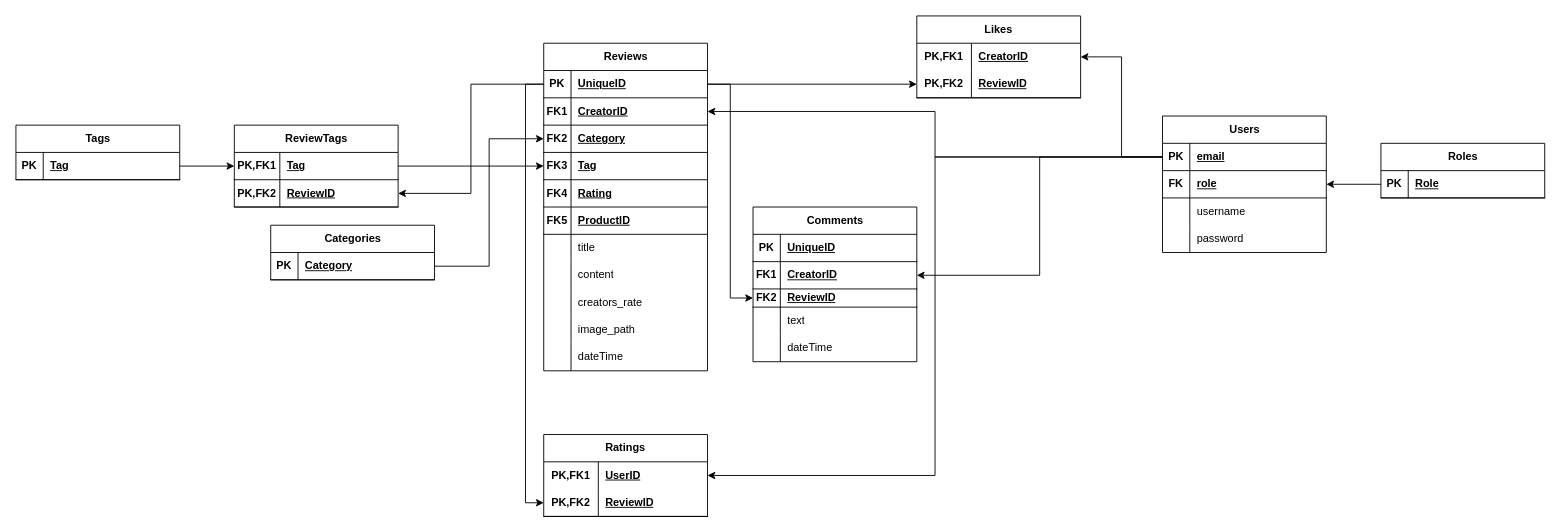
The draw.io diagram db/Диаграмма без названия.drawio in KseniyaBaimurzina/ZenNaMinimalkah, before the edit. Source tidied: cells renumbered, new cells numbered last; positions are measured from the earlier drawing's top-left corner, leaving out a move shared by most shapes. Both pictures are drawn from the tidied source at 91%, with x=0, y=0 at pixel (15, 15).
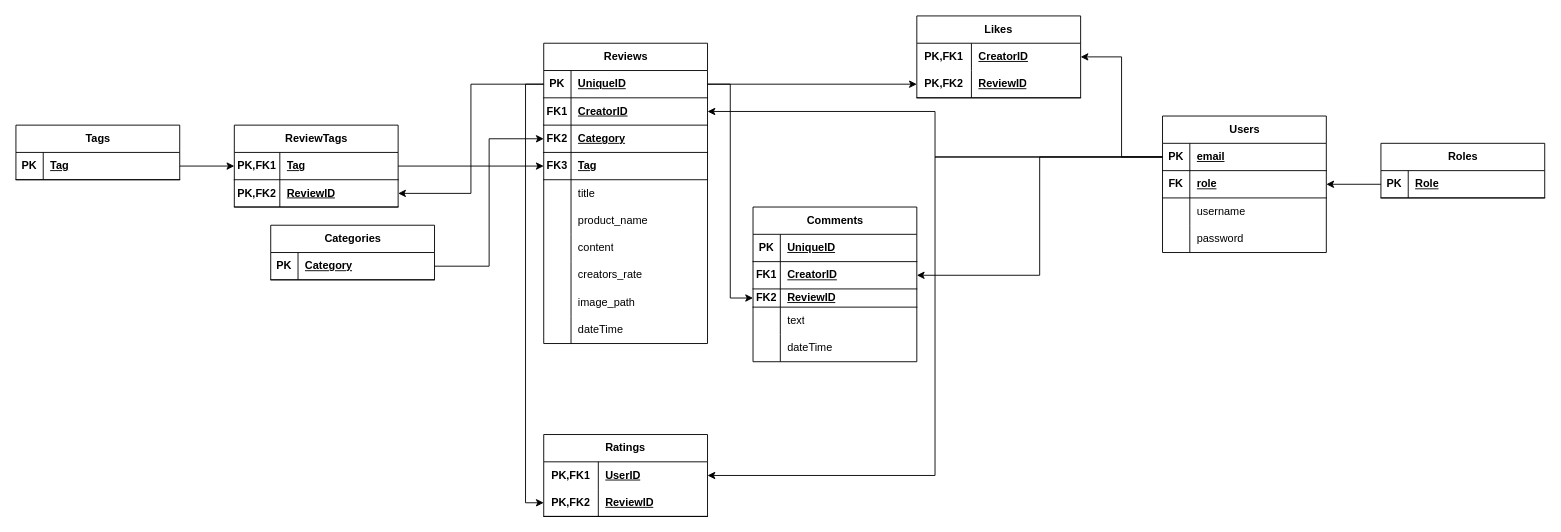
Above is the later version.

Change to the diagram source:
```diff
@@
     <mxCell id="15" value="Reviews" style="shape=table;startSize=30;childLayout=tableLayout;rowLines=0;fontStyle=1;align=center;html=1;" parent="1" vertex="1">
-      <mxGeometry x="580" y="30" width="180" height="360" as="geometry" />
+      <mxGeometry x="580" y="30" width="180" height="330" as="geometry" />
     </mxCell>
@@
-    <mxCell id="28" style="shape=tableRow;horizontal=0;startSize=0;swimlaneHead=0;swimlaneBody=0;fillColor=none;top=0;left=0;right=0;bottom=1;" parent="15" vertex="1">
-      <mxGeometry y="150" width="180" height="30" as="geometry" />
-    </mxCell>
-    <mxCell id="29" value="FK4" style="shape=partialRectangle;fillColor=none;top=0;left=0;bottom=0;right=0;fontStyle=1;overflow=hidden;whiteSpace=wrap;html=1;" parent="28" vertex="1">
-      <mxGeometry width="30" height="30" as="geometry" />
-    </mxCell>
-    <mxCell id="30" value="Rating" style="shape=partialRectangle;fillColor=none;top=0;left=0;bottom=0;right=0;align=left;spacingLeft=6;fontStyle=5;overflow=hidden;whiteSpace=wrap;html=1;" parent="28" vertex="1">
-      <mxGeometry x="30" width="150" height="30" as="geometry" />
-    </mxCell>
-    <mxCell id="31" style="shape=tableRow;horizontal=0;startSize=0;swimlaneHead=0;swimlaneBody=0;fillColor=none;top=0;left=0;right=0;bottom=1;" parent="15" vertex="1">
-      <mxGeometry y="180" width="180" height="30" as="geometry" />
-    </mxCell>
-    <mxCell id="32" value="FK5" style="shape=partialRectangle;fillColor=none;top=0;left=0;bottom=0;right=0;fontStyle=1;overflow=hidden;whiteSpace=wrap;html=1;" parent="31" vertex="1">
-      <mxGeometry width="30" height="30" as="geometry" />
-    </mxCell>
-    <mxCell id="33" value="ProductID" style="shape=partialRectangle;fillColor=none;top=0;left=0;bottom=0;right=0;align=left;spacingLeft=6;fontStyle=5;overflow=hidden;whiteSpace=wrap;html=1;" parent="31" vertex="1">
-      <mxGeometry x="30" width="150" height="30" as="geometry" />
-    </mxCell>
     <mxCell id="34" style="shape=tableRow;horizontal=0;startSize=0;swimlaneHead=0;swimlaneBody=0;fillColor=none;top=0;left=0;right=0;bottom=0;" parent="15" vertex="1">
-      <mxGeometry y="210" width="180" height="30" as="geometry" />
+      <mxGeometry y="150" width="180" height="30" as="geometry" />
     </mxCell>
@@
+    <mxCell id="110" style="shape=tableRow;horizontal=0;startSize=0;swimlaneHead=0;swimlaneBody=0;fillColor=none;top=0;left=0;right=0;bottom=0;" parent="15" vertex="1">
+      <mxGeometry y="180" width="180" height="30" as="geometry" />
+    </mxCell>
+    <mxCell id="111" style="shape=partialRectangle;fillColor=none;top=0;left=0;bottom=0;right=0;overflow=hidden;whiteSpace=wrap;html=1;" parent="110" vertex="1">
+      <mxGeometry width="30" height="30" as="geometry" />
+    </mxCell>
+    <mxCell id="112" value="product_name" style="shape=partialRectangle;fillColor=none;top=0;left=0;bottom=0;right=0;align=left;spacingLeft=6;overflow=hidden;whiteSpace=wrap;html=1;" parent="110" vertex="1">
+      <mxGeometry x="30" width="150" height="30" as="geometry" />
+    </mxCell>
     <mxCell id="37" style="shape=tableRow;horizontal=0;startSize=0;swimlaneHead=0;swimlaneBody=0;fillColor=none;top=0;left=0;right=0;bottom=0;" parent="15" vertex="1">
-      <mxGeometry y="240" width="180" height="30" as="geometry" />
+      <mxGeometry y="210" width="180" height="30" as="geometry" />
     </mxCell>
@@
     <mxCell id="40" style="shape=tableRow;horizontal=0;startSize=0;swimlaneHead=0;swimlaneBody=0;fillColor=none;top=0;left=0;right=0;bottom=0;" parent="15" vertex="1">
-      <mxGeometry y="270" width="180" height="30" as="geometry" />
+      <mxGeometry y="240" width="180" height="30" as="geometry" />
     </mxCell>
@@
     <mxCell id="43" style="shape=tableRow;horizontal=0;startSize=0;swimlaneHead=0;swimlaneBody=0;fillColor=none;top=0;left=0;right=0;bottom=0;" parent="15" vertex="1">
-      <mxGeometry y="300" width="180" height="30" as="geometry" />
+      <mxGeometry y="270" width="180" height="30" as="geometry" />
     </mxCell>
@@
     <mxCell id="46" style="shape=tableRow;horizontal=0;startSize=0;swimlaneHead=0;swimlaneBody=0;fillColor=none;top=0;left=0;right=0;bottom=0;" parent="15" vertex="1">
-      <mxGeometry y="330" width="180" height="30" as="geometry" />
+      <mxGeometry y="300" width="180" height="30" as="geometry" />
     </mxCell>
```
